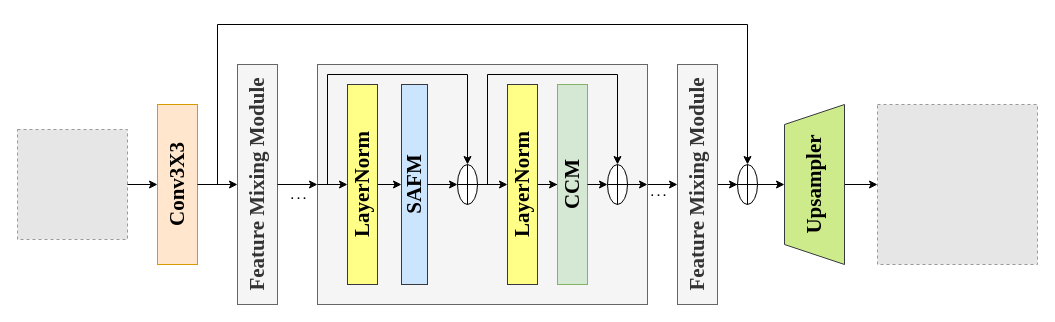
Earlier version of the draw.io diagram 未命名绘图.drawio (gao131/nlp-beginner). Source tidied: cells renumbered, new cells numbered last; positions are measured from the earlier drawing's top-left corner, leaving out a move shared by most shapes. Both pictures are drawn from the tidied source at 100%, with x=0, y=0 at pixel (17, 24). Pictures stored in the file or linked from it are replaced by grey dashed boxes.
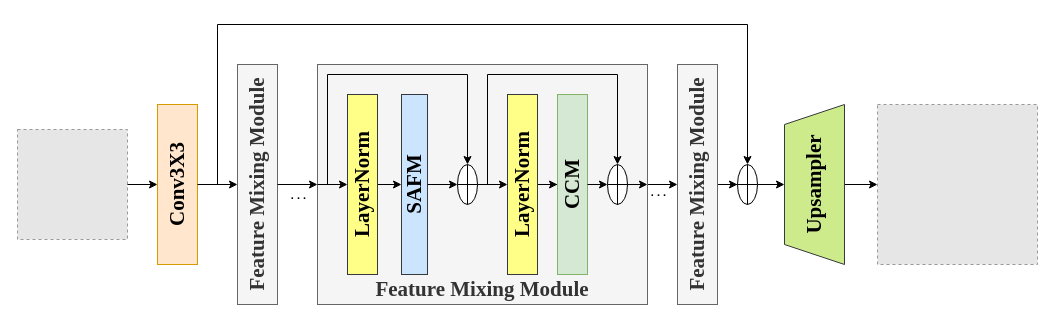
The same diagram, later.

Commit message:
更新未命名绘图.drawio

Diff of the diagram source:
```diff
@@
-    <mxCell id="23" style="rounded=0;whiteSpace=wrap;html=1;fillColor=#f5f5f5;fontColor=#333333;strokeColor=#666666;" parent="1" vertex="1">
+    <mxCell id="23" value="&lt;b style=&quot;border-color: var(--border-color); font-family: &amp;quot;Times New Roman&amp;quot;; font-size: 21px; background-color: rgb(245, 245, 245);&quot;&gt;Feature&amp;nbsp;Mixing Module&lt;/b&gt;" style="rounded=0;whiteSpace=wrap;html=1;fillColor=#f5f5f5;fontColor=#333333;strokeColor=#666666;verticalAlign=bottom;" parent="1" vertex="1">
       <mxGeometry x="300" y="40" width="330" height="240" as="geometry" />
     </mxCell>
@@
     <mxCell id="25" value="&lt;font style=&quot;font-size: 21px;&quot;&gt;LayerNorm&lt;/font&gt;" style="rounded=0;whiteSpace=wrap;html=1;fontStyle=1;horizontal=0;fillColor=#ffff88;strokeColor=#36393d;fontFamily=Times New Roman;" parent="1" vertex="1">
-      <mxGeometry x="330" y="60" width="30" height="200" as="geometry" />
+      <mxGeometry x="330" y="70" width="30" height="180" as="geometry" />
     </mxCell>
     <mxCell id="26" value="&lt;b&gt;&lt;font style=&quot;font-size: 21px;&quot;&gt;SAFM&lt;/font&gt;&lt;/b&gt;" style="rounded=0;whiteSpace=wrap;html=1;horizontal=0;fontFamily=Times New Roman;fillColor=#cce5ff;strokeColor=#36393d;" parent="1" vertex="1">
-      <mxGeometry x="384" y="60" width="26" height="200" as="geometry" />
+      <mxGeometry x="384" y="70" width="26" height="180" as="geometry" />
     </mxCell>
@@
-    <mxCell id="29" style="shape=orEllipse;perimeter=ellipsePerimeter;whiteSpace=wrap;html=1;backgroundOutline=1;" parent="1" vertex="1">
+    <mxCell id="29" style="shape=orEllipse;perimeter=ellipsePerimeter;whiteSpace=wrap;html=1;backgroundOutline=1;verticalAlign=middle;" parent="1" vertex="1">
       <mxGeometry x="440" y="140" width="20" height="40" as="geometry" />
     </mxCell>
@@
     <mxCell id="32" value="&lt;font style=&quot;font-size: 21px;&quot;&gt;LayerNorm&lt;/font&gt;" style="rounded=0;whiteSpace=wrap;html=1;fontStyle=1;horizontal=0;fillColor=#ffff88;strokeColor=#36393d;fontFamily=Times New Roman;" parent="1" vertex="1">
-      <mxGeometry x="490" y="60" width="30" height="200" as="geometry" />
+      <mxGeometry x="490" y="70" width="30" height="180" as="geometry" />
     </mxCell>
     <mxCell id="33" value="&lt;b&gt;&lt;font style=&quot;font-size: 21px;&quot;&gt;CCM&lt;/font&gt;&lt;/b&gt;" style="rounded=0;whiteSpace=wrap;html=1;horizontal=0;fontFamily=Times New Roman;fillColor=#d5e8d4;strokeColor=#82b366;" parent="1" vertex="1">
-      <mxGeometry x="540" y="60" width="30" height="200" as="geometry" />
+      <mxGeometry x="540" y="70" width="30" height="180" as="geometry" />
     </mxCell>
```
